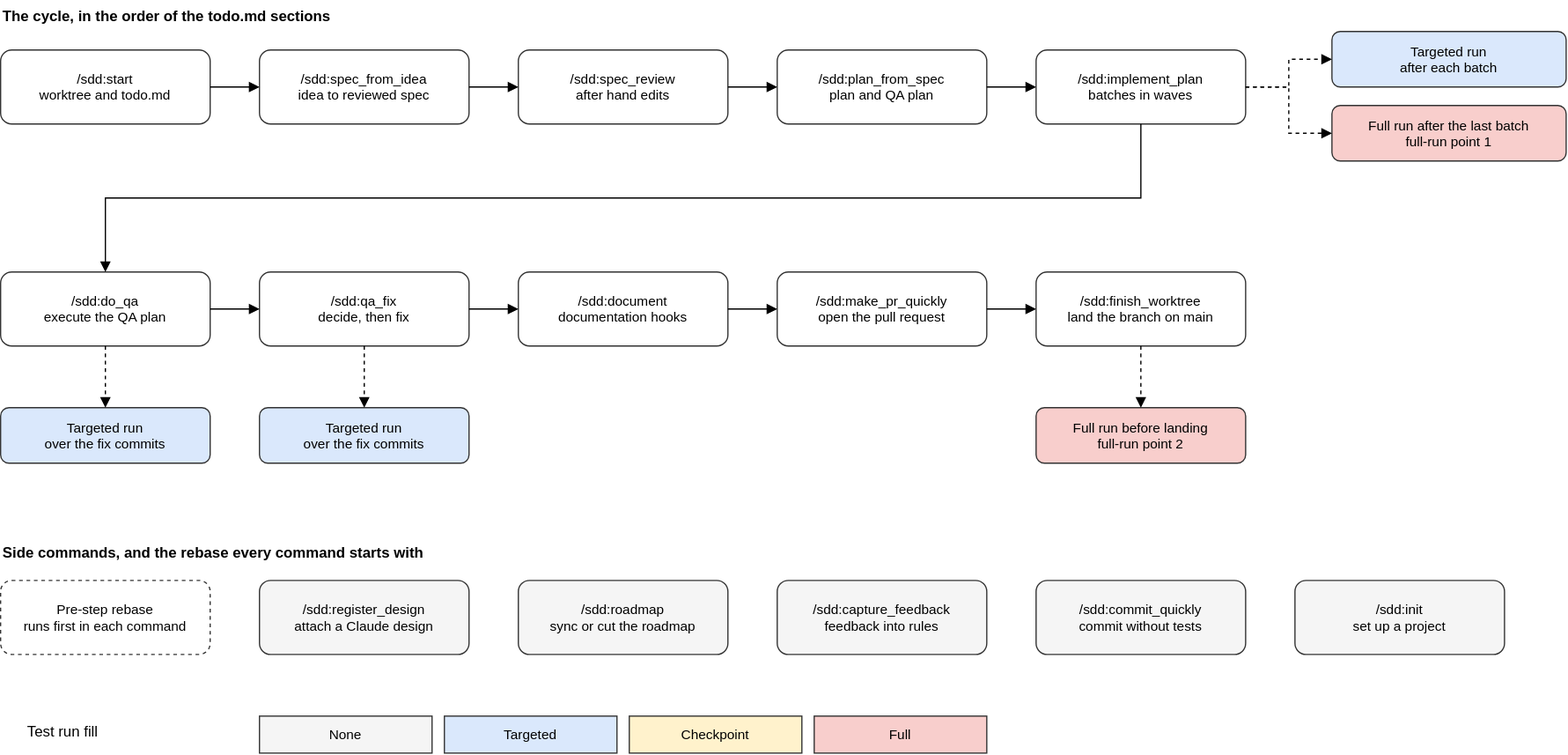
The draw.io diagram claude_plugins/sdd/docs/diagrams/overview.drawio.svg in preludetech/Freedom-LS, before a commit. Source tidied: cells renumbered, new cells last; positions are measured from the earlier drawing's top-left corner, leaving out a move shared by most shapes.
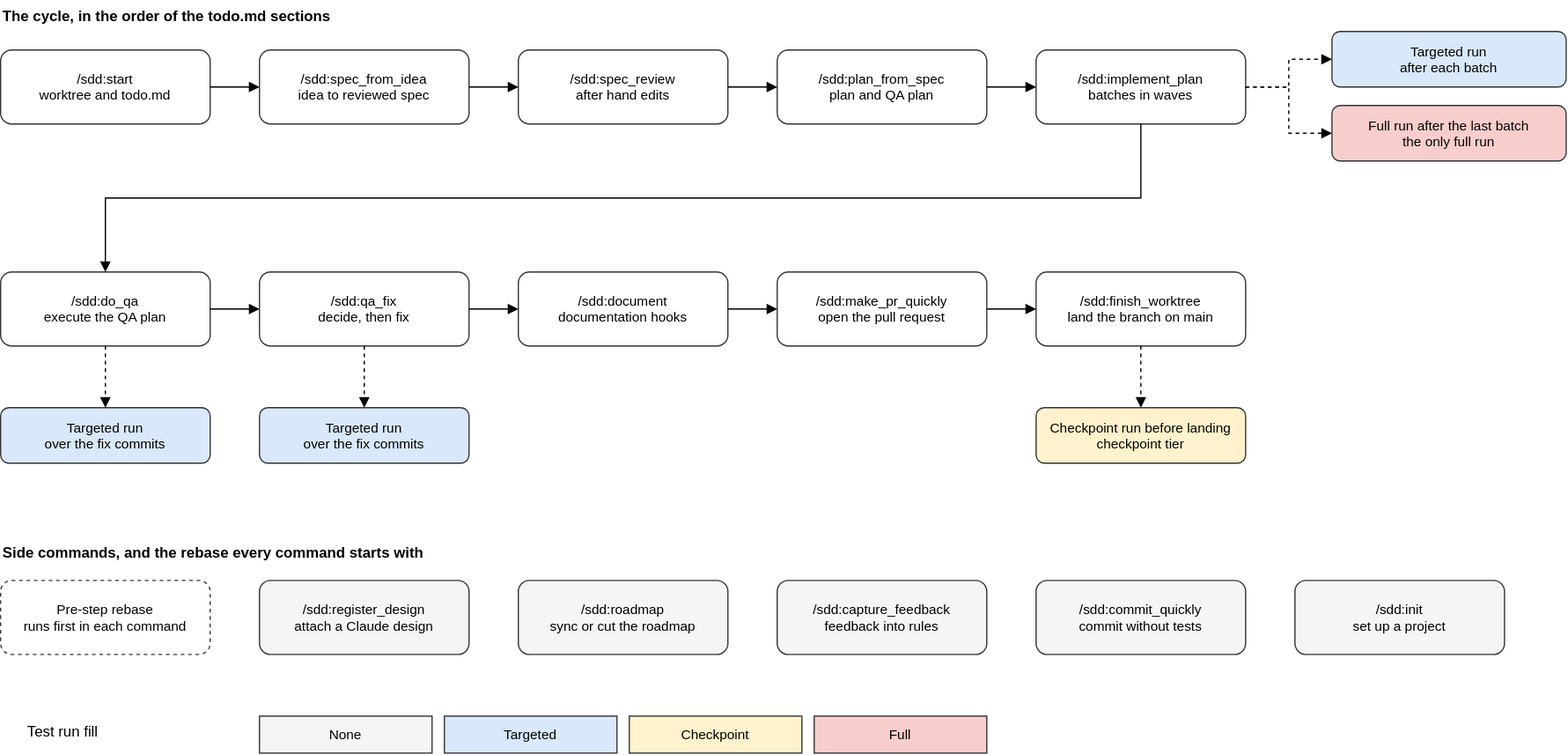
Later version of the same file.

The edit, as a diff of the source:
```diff
@@ -70,7 +70,7 @@
     <mxCell id="22" value="Targeted run&#10;after each batch" style="rounded=1;html=0;fontSize=11;strokeColor=#333333;fillColor=#dae8fc;" parent="1" vertex="1">
       <mxGeometry x="1080" y="25" width="190" height="45" as="geometry" />
     </mxCell>
-    <mxCell id="23" value="Full run after the last batch&#10;full-run point 1" style="rounded=1;html=0;fontSize=11;strokeColor=#333333;fillColor=#f8cecc;" parent="1" vertex="1">
+    <mxCell id="23" value="Full run after the last batch&#10;the only full run" style="rounded=1;html=0;fontSize=11;strokeColor=#333333;fillColor=#f8cecc;" parent="1" vertex="1">
       <mxGeometry x="1080" y="85" width="190" height="45" as="geometry" />
     </mxCell>
     <mxCell id="24" style="edgeStyle=orthogonalEdgeStyle;rounded=0;html=0;endArrow=block;endFill=1;fontSize=10;labelBackgroundColor=#ffffff;dashed=1;exitX=1;exitY=0.5;exitDx=0;exitDy=0;entryX=0;entryY=0.5;entryDx=0;entryDy=0;" parent="1" edge="1" source="7" target="22">
@@ -85,7 +85,7 @@
     <mxCell id="27" value="Targeted run&#10;over the fix commits" style="rounded=1;html=0;fontSize=11;strokeColor=#333333;fillColor=#dae8fc;" parent="1" vertex="1">
       <mxGeometry x="210" y="330" width="170" height="45" as="geometry" />
     </mxCell>
-    <mxCell id="28" value="Full run before landing&#10;full-run point 2" style="rounded=1;html=0;fontSize=11;strokeColor=#333333;fillColor=#f8cecc;" parent="1" vertex="1">
+    <mxCell id="28" value="Checkpoint run before landing&#10;checkpoint tier" style="rounded=1;html=0;fontSize=11;strokeColor=#333333;fillColor=#fff2cc;" parent="1" vertex="1">
       <mxGeometry x="840" y="330" width="170" height="45" as="geometry" />
     </mxCell>
     <mxCell id="29" style="edgeStyle=orthogonalEdgeStyle;rounded=0;html=0;endArrow=block;endFill=1;fontSize=10;labelBackgroundColor=#ffffff;dashed=1;exitX=0.5;exitY=1;exitDx=0;exitDy=0;entryX=0.5;entryY=0;entryDx=0;entryDy=0;" parent="1" edge="1" source="8" target="26">
```
